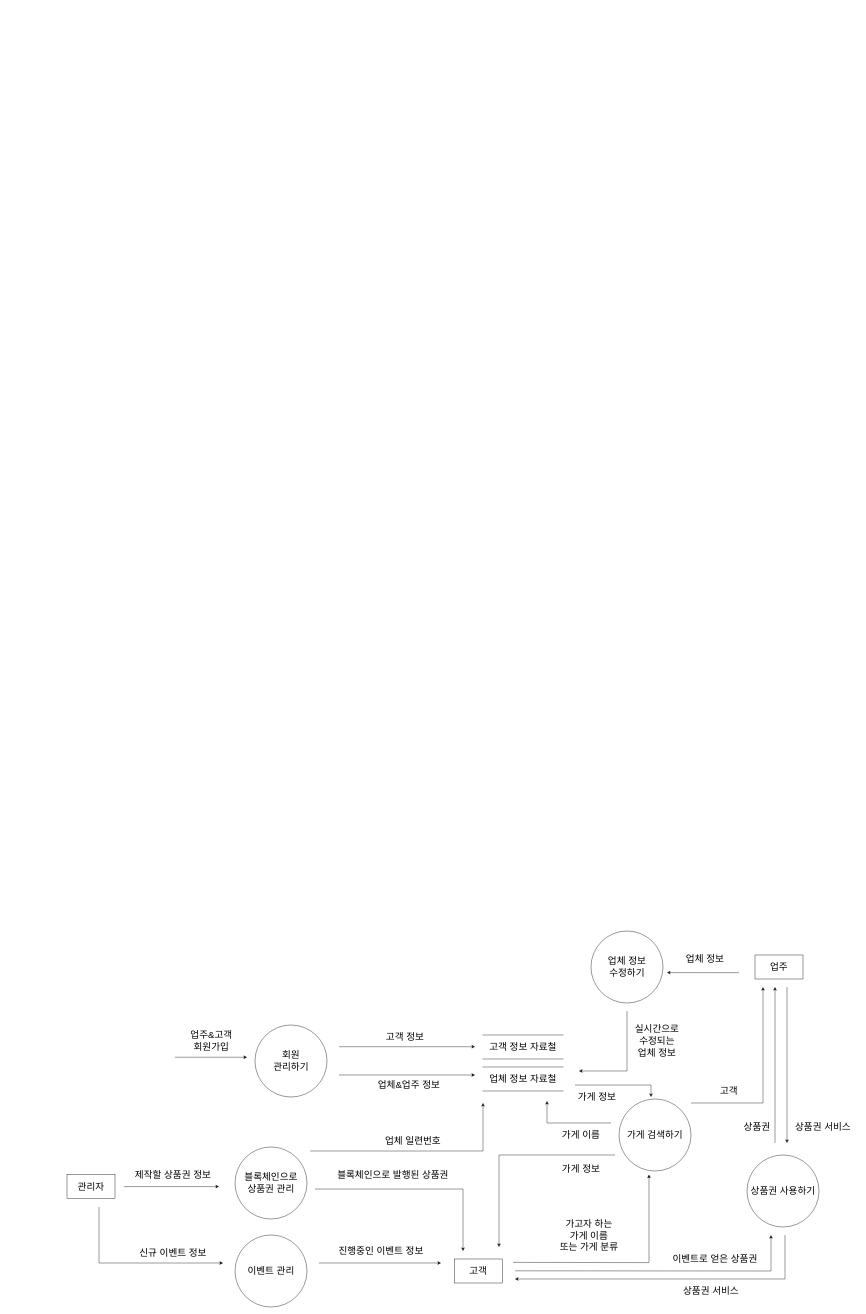
Above: page "페이지-1" (1 of 2) of DFD_capstone.drawio in jgy2808/TERM_Project (draw.io), before the change. Source tidied: cells renumbered, new cells numbered last; positions are measured from the earlier drawing's top-left corner, leaving out a move shared by most shapes. Both pictures are drawn from the tidied source at 40%, with x=0, y=0 at pixel (67, 931).
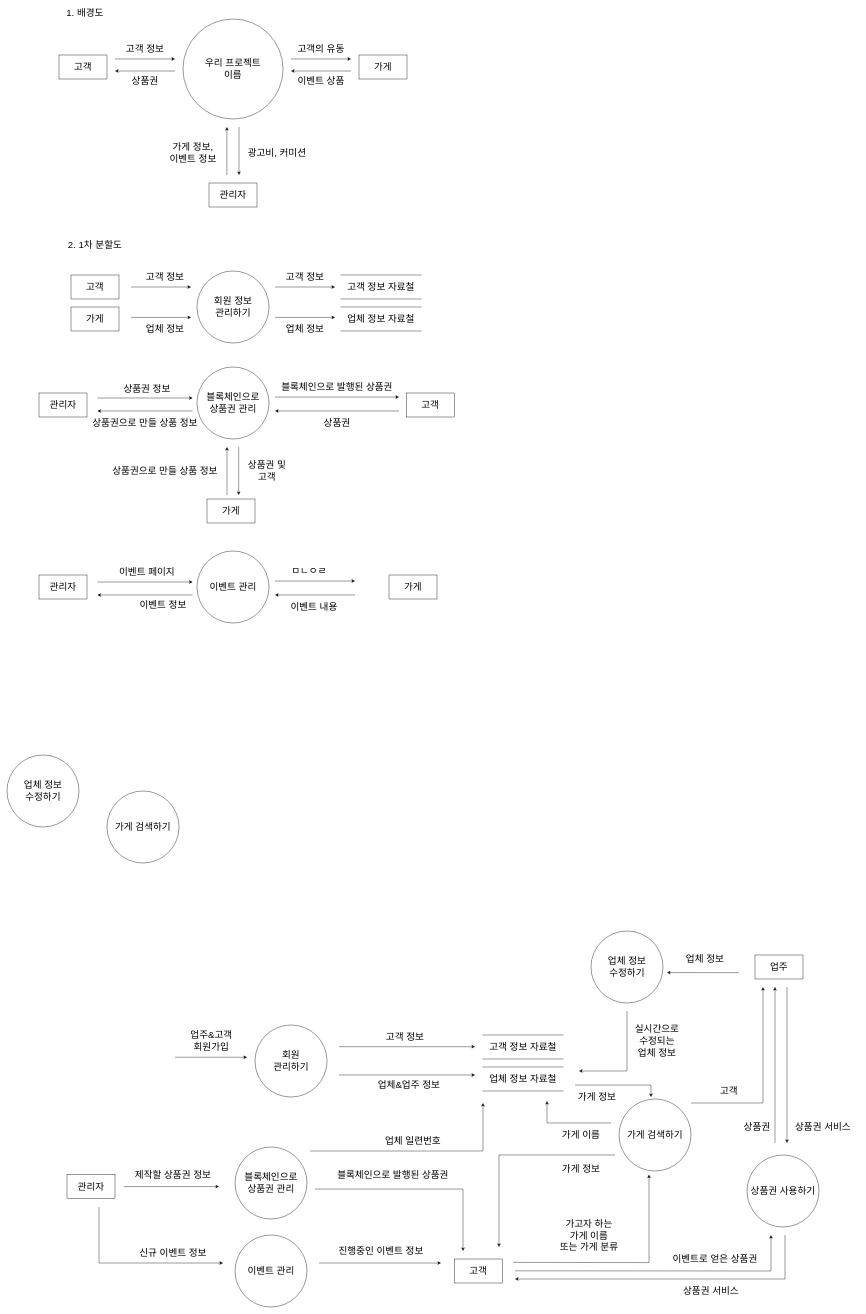
The same page after the edit.

What changed in the source:
```diff
@@
+    <mxCell id="52" value="&lt;font style=&quot;font-size: 24px&quot;&gt;1. 배경도&lt;/font&gt;" style="text;html=1;strokeColor=none;fillColor=none;align=center;verticalAlign=middle;whiteSpace=wrap;rounded=0;" parent="1" vertex="1">
+      <mxGeometry x="-10" y="-2310" width="110" height="30" as="geometry" />
+    </mxCell>
+    <mxCell id="53" value="우리 프로젝트&lt;br&gt;이름" style="ellipse;whiteSpace=wrap;html=1;fontSize=24;" parent="1" vertex="1">
+      <mxGeometry x="290" y="-2280" width="250" height="250" as="geometry" />
+    </mxCell>
+    <mxCell id="54" value="고객" style="rounded=0;whiteSpace=wrap;html=1;fontSize=24;" parent="1" vertex="1">
+      <mxGeometry x="-20" y="-2190" width="120" height="60" as="geometry" />
+    </mxCell>
+    <mxCell id="55" value="관리자" style="rounded=0;whiteSpace=wrap;html=1;fontSize=24;" parent="1" vertex="1">
+      <mxGeometry x="355" y="-1870" width="120" height="60" as="geometry" />
+    </mxCell>
+    <mxCell id="56" value="가게" style="rounded=0;whiteSpace=wrap;html=1;fontSize=24;" parent="1" vertex="1">
+      <mxGeometry x="730" y="-2190" width="120" height="60" as="geometry" />
+    </mxCell>
+    <mxCell id="57" style="endArrow=classic;html=1;rounded=0;fontSize=24;" parent="1" edge="1">
+      <mxGeometry relative="1" as="geometry">
+        <mxPoint x="120" y="-2180" as="sourcePoint" />
+        <mxPoint x="270" y="-2180" as="targetPoint" />
+      </mxGeometry>
+    </mxCell>
+    <mxCell id="58" style="endArrow=classic;html=1;rounded=0;fontSize=24;" parent="1" edge="1">
+      <mxGeometry relative="1" as="geometry">
+        <mxPoint x="399.7" y="-1890" as="sourcePoint" />
+        <mxPoint x="399.7" y="-2010" as="targetPoint" />
+      </mxGeometry>
+    </mxCell>
+    <mxCell id="59" style="endArrow=classic;html=1;rounded=0;fontSize=24;" parent="1" edge="1">
+      <mxGeometry relative="1" as="geometry">
+        <mxPoint x="560" y="-2180" as="sourcePoint" />
+        <mxPoint x="710" y="-2180" as="targetPoint" />
+      </mxGeometry>
+    </mxCell>
+    <mxCell id="60" style="endArrow=classic;html=1;rounded=0;fontSize=24;" parent="1" edge="1">
+      <mxGeometry relative="1" as="geometry">
+        <mxPoint x="270" y="-2150" as="sourcePoint" />
+        <mxPoint x="120" y="-2150" as="targetPoint" />
+      </mxGeometry>
+    </mxCell>
+    <mxCell id="61" style="endArrow=classic;html=1;rounded=0;fontSize=24;" parent="1" edge="1">
+      <mxGeometry relative="1" as="geometry">
+        <mxPoint x="710" y="-2150" as="sourcePoint" />
+        <mxPoint x="560" y="-2150" as="targetPoint" />
+      </mxGeometry>
+    </mxCell>
+    <mxCell id="62" style="endArrow=classic;html=1;rounded=0;fontSize=24;" parent="1" edge="1">
+      <mxGeometry relative="1" as="geometry">
+        <mxPoint x="430" y="-2010" as="sourcePoint" />
+        <mxPoint x="430" y="-1890" as="targetPoint" />
+      </mxGeometry>
+    </mxCell>
+    <mxCell id="63" value="고객 정보" style="text;html=1;strokeColor=none;fillColor=none;align=center;verticalAlign=middle;whiteSpace=wrap;rounded=0;fontSize=24;" parent="1" vertex="1">
+      <mxGeometry x="120" y="-2220" width="150" height="30" as="geometry" />
+    </mxCell>
+    <mxCell id="64" value="상품권" style="text;html=1;strokeColor=none;fillColor=none;align=center;verticalAlign=middle;whiteSpace=wrap;rounded=0;fontSize=24;" parent="1" vertex="1">
+      <mxGeometry x="145" y="-2140" width="100" height="30" as="geometry" />
+    </mxCell>
+    <mxCell id="65" value="고객의 유동" style="text;html=1;strokeColor=none;fillColor=none;align=center;verticalAlign=middle;whiteSpace=wrap;rounded=0;fontSize=24;" parent="1" vertex="1">
+      <mxGeometry x="560" y="-2220" width="150" height="30" as="geometry" />
+    </mxCell>
+    <mxCell id="66" value="이벤트 상품" style="text;html=1;strokeColor=none;fillColor=none;align=center;verticalAlign=middle;whiteSpace=wrap;rounded=0;fontSize=24;" parent="1" vertex="1">
+      <mxGeometry x="560" y="-2140" width="150" height="30" as="geometry" />
+    </mxCell>
+    <mxCell id="67" value="광고비, 커미션" style="text;html=1;strokeColor=none;fillColor=none;align=center;verticalAlign=middle;whiteSpace=wrap;rounded=0;fontSize=24;" parent="1" vertex="1">
+      <mxGeometry x="440" y="-1960" width="170" height="30" as="geometry" />
+    </mxCell>
+    <mxCell id="68" value="가게 정보,&lt;br&gt;이벤트 정보" style="text;html=1;strokeColor=none;fillColor=none;align=center;verticalAlign=middle;whiteSpace=wrap;rounded=0;fontSize=24;" parent="1" vertex="1">
+      <mxGeometry x="240" y="-1975" width="150" height="60" as="geometry" />
+    </mxCell>
+    <mxCell id="69" value="&lt;font style=&quot;font-size: 24px&quot;&gt;2. 1차 분할도&lt;/font&gt;" style="text;html=1;strokeColor=none;fillColor=none;align=center;verticalAlign=middle;whiteSpace=wrap;rounded=0;" parent="1" vertex="1">
+      <mxGeometry x="-10" y="-1730" width="160" height="30" as="geometry" />
+    </mxCell>
+    <mxCell id="70" value="회원 정보&lt;br&gt;관리하기" style="ellipse;whiteSpace=wrap;html=1;fontSize=24;" parent="1" vertex="1">
+      <mxGeometry x="325" y="-1650" width="180" height="180" as="geometry" />
+    </mxCell>
+    <mxCell id="71" value="블록체인으로&lt;br&gt;상품권 관리" style="ellipse;whiteSpace=wrap;html=1;fontSize=24;" parent="1" vertex="1">
+      <mxGeometry x="325" y="-1410" width="180" height="180" as="geometry" />
+    </mxCell>
+    <mxCell id="72" value="이벤트 관리" style="ellipse;whiteSpace=wrap;html=1;fontSize=24;" parent="1" vertex="1">
+      <mxGeometry x="325" y="-950" width="180" height="180" as="geometry" />
+    </mxCell>
+    <mxCell id="73" value="가게 검색하기" style="ellipse;whiteSpace=wrap;html=1;fontSize=24;" parent="1" vertex="1">
+      <mxGeometry x="100" y="-350" width="180" height="180" as="geometry" />
+    </mxCell>
+    <mxCell id="74" value="업체 정보&lt;br&gt;수정하기" style="ellipse;whiteSpace=wrap;html=1;fontSize=24;" parent="1" vertex="1">
+      <mxGeometry x="-150" y="-440" width="180" height="180" as="geometry" />
+    </mxCell>
+    <mxCell id="75" value="고객" style="rounded=0;whiteSpace=wrap;html=1;fontSize=24;" parent="1" vertex="1">
+      <mxGeometry x="10" y="-1640" width="120" height="60" as="geometry" />
+    </mxCell>
+    <mxCell id="76" value="가게" style="rounded=0;whiteSpace=wrap;html=1;fontSize=24;" parent="1" vertex="1">
+      <mxGeometry x="10" y="-1560" width="120" height="60" as="geometry" />
+    </mxCell>
+    <mxCell id="77" style="endArrow=classic;html=1;rounded=0;fontSize=24;" parent="1" edge="1">
+      <mxGeometry relative="1" as="geometry">
+        <mxPoint x="160" y="-1610" as="sourcePoint" />
+        <mxPoint x="310" y="-1610" as="targetPoint" />
+      </mxGeometry>
+    </mxCell>
+    <mxCell id="78" style="endArrow=classic;html=1;rounded=0;fontSize=24;" parent="1" edge="1">
+      <mxGeometry relative="1" as="geometry">
+        <mxPoint x="160" y="-1534" as="sourcePoint" />
+        <mxPoint x="310" y="-1534" as="targetPoint" />
+      </mxGeometry>
+    </mxCell>
+    <mxCell id="79" value="고객 정보 자료철" style="shape=partialRectangle;whiteSpace=wrap;html=1;left=0;right=0;fillColor=none;fontSize=24;" parent="1" vertex="1">
+      <mxGeometry x="685" y="-1640" width="200" height="60" as="geometry" />
+    </mxCell>
+    <mxCell id="80" value="업체 정보 자료철" style="shape=partialRectangle;whiteSpace=wrap;html=1;left=0;right=0;fillColor=none;fontSize=24;" parent="1" vertex="1">
+      <mxGeometry x="685" y="-1560" width="200" height="60" as="geometry" />
+    </mxCell>
+    <mxCell id="81" style="endArrow=classic;html=1;rounded=0;fontSize=24;" parent="1" edge="1">
+      <mxGeometry relative="1" as="geometry">
+        <mxPoint x="520" y="-1610" as="sourcePoint" />
+        <mxPoint x="670" y="-1610" as="targetPoint" />
+      </mxGeometry>
+    </mxCell>
+    <mxCell id="82" style="endArrow=classic;html=1;rounded=0;fontSize=24;" parent="1" edge="1">
+      <mxGeometry relative="1" as="geometry">
+        <mxPoint x="520" y="-1534" as="sourcePoint" />
+        <mxPoint x="670" y="-1534" as="targetPoint" />
+      </mxGeometry>
+    </mxCell>
+    <mxCell id="83" value="고객 정보" style="text;html=1;strokeColor=none;fillColor=none;align=center;verticalAlign=middle;whiteSpace=wrap;rounded=0;fontSize=24;" parent="1" vertex="1">
+      <mxGeometry x="170" y="-1650" width="150" height="30" as="geometry" />
+    </mxCell>
+    <mxCell id="84" value="업체 정보" style="text;html=1;strokeColor=none;fillColor=none;align=center;verticalAlign=middle;whiteSpace=wrap;rounded=0;fontSize=24;" parent="1" vertex="1">
+      <mxGeometry x="170" y="-1520" width="150" height="30" as="geometry" />
+    </mxCell>
+    <mxCell id="85" value="고객 정보" style="text;html=1;strokeColor=none;fillColor=none;align=center;verticalAlign=middle;whiteSpace=wrap;rounded=0;fontSize=24;" parent="1" vertex="1">
+      <mxGeometry x="520" y="-1650" width="150" height="30" as="geometry" />
+    </mxCell>
+    <mxCell id="86" value="업체 정보" style="text;html=1;strokeColor=none;fillColor=none;align=center;verticalAlign=middle;whiteSpace=wrap;rounded=0;fontSize=24;" parent="1" vertex="1">
+      <mxGeometry x="520" y="-1520" width="150" height="30" as="geometry" />
+    </mxCell>
+    <mxCell id="87" value="&lt;font style=&quot;font-size: 24px&quot;&gt;관리자&lt;/font&gt;" style="rounded=0;whiteSpace=wrap;html=1;" parent="1" vertex="1">
+      <mxGeometry x="-70" y="-1345" width="120" height="60" as="geometry" />
+    </mxCell>
+    <mxCell id="88" style="endArrow=classic;html=1;rounded=0;fontSize=24;" parent="1" edge="1">
+      <mxGeometry relative="1" as="geometry">
+        <mxPoint x="76" y="-1332.5" as="sourcePoint" />
+        <mxPoint x="314" y="-1332.5" as="targetPoint" />
+      </mxGeometry>
+    </mxCell>
+    <mxCell id="89" value="상품권 정보" style="text;html=1;strokeColor=none;fillColor=none;align=center;verticalAlign=middle;whiteSpace=wrap;rounded=0;fontSize=24;" parent="1" vertex="1">
+      <mxGeometry x="130" y="-1375" width="140" height="40" as="geometry" />
+    </mxCell>
+    <mxCell id="90" style="endArrow=classic;html=1;rounded=0;fontSize=24;" parent="1" edge="1">
+      <mxGeometry relative="1" as="geometry">
+        <mxPoint x="520" y="-1335" as="sourcePoint" />
+        <mxPoint x="830" y="-1335" as="targetPoint" />
+      </mxGeometry>
+    </mxCell>
+    <mxCell id="91" value="블록체인으로 발행된 상품권" style="text;html=1;strokeColor=none;fillColor=none;align=center;verticalAlign=middle;whiteSpace=wrap;rounded=0;fontSize=24;" parent="1" vertex="1">
+      <mxGeometry x="520" y="-1375" width="310" height="30" as="geometry" />
+    </mxCell>
+    <mxCell id="92" value="고객" style="rounded=0;whiteSpace=wrap;html=1;fontSize=24;" parent="1" vertex="1">
+      <mxGeometry x="848" y="-1345" width="120" height="60" as="geometry" />
+    </mxCell>
+    <mxCell id="93" style="endArrow=classic;html=1;rounded=0;fontSize=24;" parent="1" edge="1">
+      <mxGeometry relative="1" as="geometry">
+        <mxPoint x="400" y="-1090" as="sourcePoint" />
+        <mxPoint x="400" y="-1210" as="targetPoint" />
+      </mxGeometry>
+    </mxCell>
+    <mxCell id="94" value="상품권으로 만들 상품 정보" style="text;html=1;strokeColor=none;fillColor=none;align=center;verticalAlign=middle;whiteSpace=wrap;rounded=0;fontSize=24;" parent="1" vertex="1">
+      <mxGeometry x="90" y="-1170" width="310" height="40" as="geometry" />
+    </mxCell>
+    <mxCell id="95" value="가게" style="rounded=0;whiteSpace=wrap;html=1;fontSize=24;" parent="1" vertex="1">
+      <mxGeometry x="350" y="-1080" width="120" height="60" as="geometry" />
+    </mxCell>
+    <mxCell id="96" style="endArrow=classic;html=1;rounded=0;fontSize=24;" parent="1" edge="1">
+      <mxGeometry relative="1" as="geometry">
+        <mxPoint x="314" y="-1300" as="sourcePoint" />
+        <mxPoint x="76" y="-1300" as="targetPoint" />
+      </mxGeometry>
+    </mxCell>
+    <mxCell id="97" value="상품권으로 만들 상품 정보" style="text;html=1;strokeColor=none;fillColor=none;align=center;verticalAlign=middle;whiteSpace=wrap;rounded=0;fontSize=24;" parent="1" vertex="1">
+      <mxGeometry x="40" y="-1290" width="310" height="40" as="geometry" />
+    </mxCell>
+    <mxCell id="98" style="endArrow=classic;html=1;rounded=0;fontSize=24;" parent="1" edge="1">
+      <mxGeometry relative="1" as="geometry">
+        <mxPoint x="830" y="-1300" as="sourcePoint" />
+        <mxPoint x="520" y="-1300" as="targetPoint" />
+      </mxGeometry>
+    </mxCell>
+    <mxCell id="99" value="상품권 및 고객" style="text;html=1;strokeColor=none;fillColor=none;align=center;verticalAlign=middle;whiteSpace=wrap;rounded=0;fontSize=24;" parent="1" vertex="1">
+      <mxGeometry x="440" y="-1182.5" width="120" height="65" as="geometry" />
+    </mxCell>
+    <mxCell id="100" style="endArrow=classic;html=1;rounded=0;fontSize=24;" parent="1" edge="1">
+      <mxGeometry relative="1" as="geometry">
+        <mxPoint x="429.2" y="-1210" as="sourcePoint" />
+        <mxPoint x="429.2" y="-1090" as="targetPoint" />
+      </mxGeometry>
+    </mxCell>
+    <mxCell id="101" value="상품권" style="text;html=1;strokeColor=none;fillColor=none;align=center;verticalAlign=middle;whiteSpace=wrap;rounded=0;fontSize=24;" parent="1" vertex="1">
+      <mxGeometry x="615" y="-1290" width="120" height="40" as="geometry" />
+    </mxCell>
+    <mxCell id="102" value="가게" style="rounded=0;whiteSpace=wrap;html=1;fontSize=24;" parent="1" vertex="1">
+      <mxGeometry x="805" y="-890" width="120" height="60" as="geometry" />
+    </mxCell>
+    <mxCell id="103" value="&lt;font style=&quot;font-size: 24px&quot;&gt;관리자&lt;/font&gt;" style="rounded=0;whiteSpace=wrap;html=1;" parent="1" vertex="1">
+      <mxGeometry x="-70" y="-890" width="120" height="60" as="geometry" />
+    </mxCell>
+    <mxCell id="104" style="endArrow=classic;html=1;rounded=0;fontSize=24;" parent="1" edge="1">
+      <mxGeometry relative="1" as="geometry">
+        <mxPoint x="76" y="-872.5" as="sourcePoint" />
+        <mxPoint x="314" y="-872.5" as="targetPoint" />
+      </mxGeometry>
+    </mxCell>
+    <mxCell id="105" value="이벤트 페이지" style="text;html=1;strokeColor=none;fillColor=none;align=center;verticalAlign=middle;whiteSpace=wrap;rounded=0;fontSize=24;" parent="1" vertex="1">
+      <mxGeometry x="115" y="-915" width="170" height="35" as="geometry" />
+    </mxCell>
+    <mxCell id="106" style="endArrow=classic;html=1;rounded=0;fontSize=24;" parent="1" edge="1">
+      <mxGeometry relative="1" as="geometry">
+        <mxPoint x="520" y="-875" as="sourcePoint" />
+        <mxPoint x="720" y="-875" as="targetPoint" />
+      </mxGeometry>
+    </mxCell>
+    <mxCell id="107" value="ㅁㄴㅇㄹ" style="text;html=1;strokeColor=none;fillColor=none;align=center;verticalAlign=middle;whiteSpace=wrap;rounded=0;fontSize=24;" parent="1" vertex="1">
+      <mxGeometry x="520" y="-915" width="170" height="30" as="geometry" />
+    </mxCell>
+    <mxCell id="108" style="endArrow=classic;html=1;rounded=0;fontSize=24;" parent="1" edge="1">
+      <mxGeometry relative="1" as="geometry">
+        <mxPoint x="314" y="-840" as="sourcePoint" />
+        <mxPoint x="76" y="-840" as="targetPoint" />
+      </mxGeometry>
+    </mxCell>
+    <mxCell id="109" value="이벤트 정보" style="text;html=1;strokeColor=none;fillColor=none;align=center;verticalAlign=middle;whiteSpace=wrap;rounded=0;fontSize=24;" parent="1" vertex="1">
+      <mxGeometry x="130" y="-830" width="220" height="30" as="geometry" />
+    </mxCell>
+    <mxCell id="110" style="endArrow=classic;html=1;rounded=0;fontSize=24;" parent="1" edge="1">
+      <mxGeometry relative="1" as="geometry">
+        <mxPoint x="720" y="-840" as="sourcePoint" />
+        <mxPoint x="520" y="-840" as="targetPoint" />
+      </mxGeometry>
+    </mxCell>
+    <mxCell id="111" value="이벤트 내용" style="text;html=1;strokeColor=none;fillColor=none;align=center;verticalAlign=middle;whiteSpace=wrap;rounded=0;fontSize=24;" parent="1" vertex="1">
+      <mxGeometry x="525" y="-830" width="185" height="40" as="geometry" />
+    </mxCell>
```
